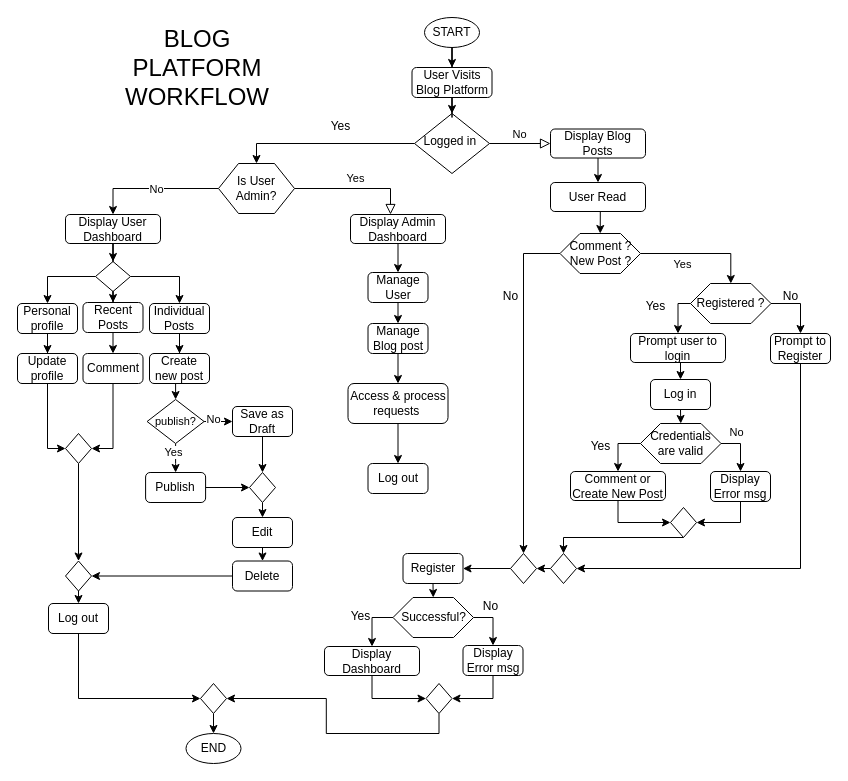
Above: Untitled Diagram.drawio in Seife1/alx_capstone_project (draw.io), before the change. Source tidied: cells renumbered, new cells numbered last; positions are measured from the earlier drawing's top-left corner, leaving out a move shared by most shapes. Both pictures are drawn from the tidied source at 100%, with x=0, y=0 at pixel (17, 17).
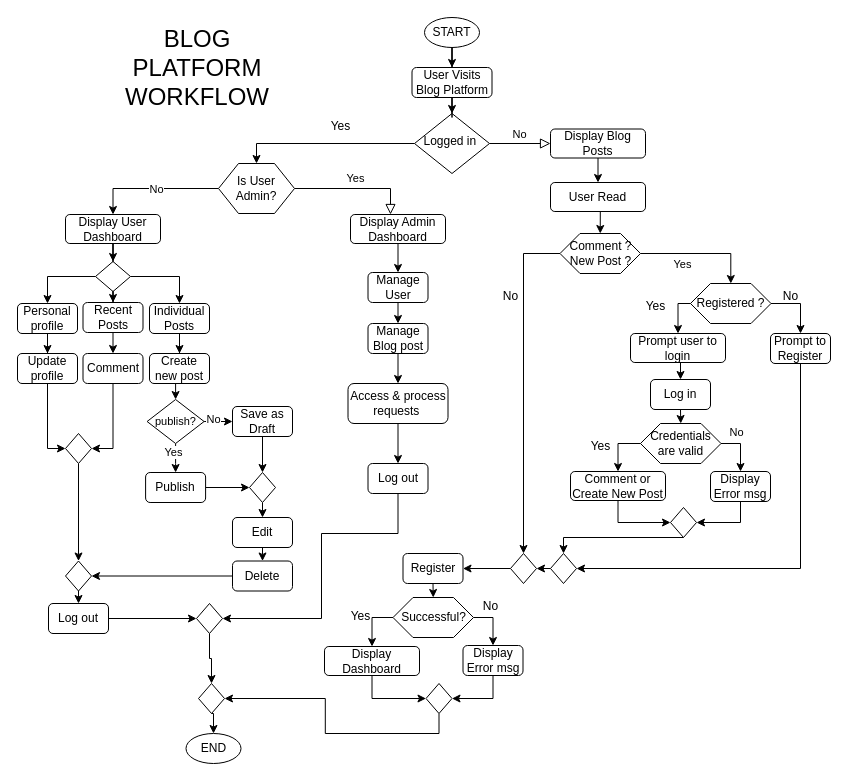
After the change.

The change refers to these unchanged cells:
```xml
<mxCell id="47" value="Log out" style="rounded=1;whiteSpace=wrap;html=1;" parent="1" vertex="1">
  <mxGeometry x="31" y="586" width="60" height="30" as="geometry" />
</mxCell>
<mxCell id="58" value="Log out" style="rounded=1;whiteSpace=wrap;html=1;" parent="1" vertex="1">
  <mxGeometry x="350.5" y="446" width="60" height="30" as="geometry" />
</mxCell>
```

Change to the diagram source:
```diff
@@
-    <mxCell id="46" style="edgeStyle=orthogonalEdgeStyle;rounded=0;jettySize=auto;html=1;exitX=0.5;exitY=1;exitDx=0;exitDy=0;entryX=0;entryY=0.5;entryDx=0;entryDy=0;" parent="1" edge="1" source="47" target="108">
-      <mxGeometry relative="1" as="geometry" />
-    </mxCell>
+    <mxCell id="115" style="edgeStyle=orthogonalEdgeStyle;rounded=0;jettySize=auto;html=1;exitX=1;exitY=0.5;exitDx=0;exitDy=0;entryX=0;entryY=0.5;entryDx=0;entryDy=0;" parent="1" edge="1" source="47" target="118">
+      <mxGeometry relative="1" as="geometry" />
+    </mxCell>
@@
+    <mxCell id="116" style="edgeStyle=orthogonalEdgeStyle;rounded=0;jettySize=auto;html=1;exitX=0.5;exitY=1;exitDx=0;exitDy=0;entryX=1;entryY=0.5;entryDx=0;entryDy=0;" parent="1" edge="1" source="58" target="118">
+      <mxGeometry relative="1" as="geometry">
+        <Array as="points">
+          <mxPoint x="381" y="516" />
+          <mxPoint x="304" y="516" />
+          <mxPoint x="304" y="601" />
+        </Array>
+      </mxGeometry>
+    </mxCell>
@@
     <mxCell id="108" style="rhombus;whiteSpace=wrap;html=1;" parent="1" vertex="1">
-      <mxGeometry x="183" y="666" width="26" height="30" as="geometry" />
+      <mxGeometry x="181" y="666" width="26" height="30" as="geometry" />
     </mxCell>
@@
+    <mxCell id="117" style="edgeStyle=orthogonalEdgeStyle;rounded=0;jettySize=auto;html=1;exitX=0.5;exitY=1;exitDx=0;exitDy=0;entryX=0.5;entryY=0;entryDx=0;entryDy=0;" parent="1" edge="1" source="118" target="108">
+      <mxGeometry relative="1" as="geometry" />
+    </mxCell>
+    <mxCell id="118" style="rhombus;whiteSpace=wrap;html=1;" parent="1" vertex="1">
+      <mxGeometry x="179" y="586" width="26" height="30" as="geometry" />
+    </mxCell>
```
